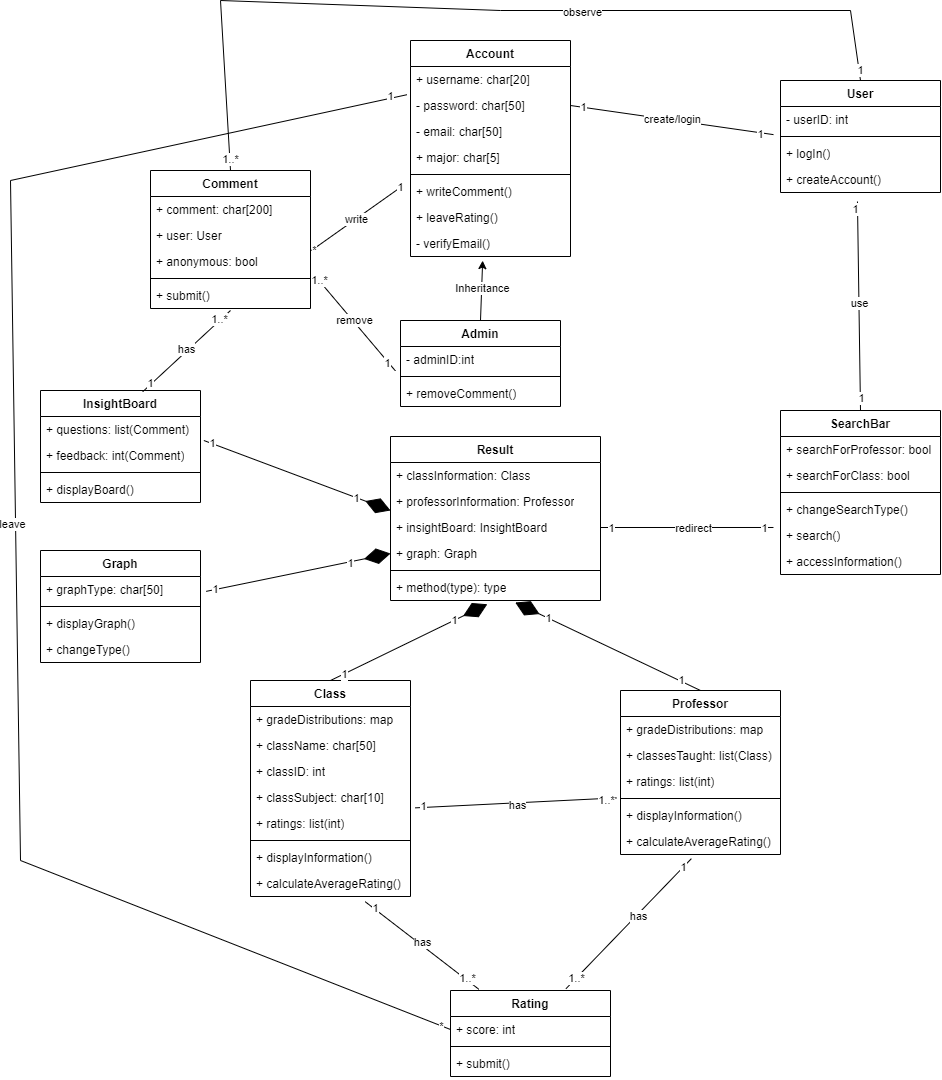
The draw.io diagram images/Class_Diagram.png in jeffreyHoelzel/LouiesRatings, before a commit. Source tidied: cells renumbered, new cells last; positions are measured from the earlier drawing's top-left corner, leaving out a move shared by most shapes.
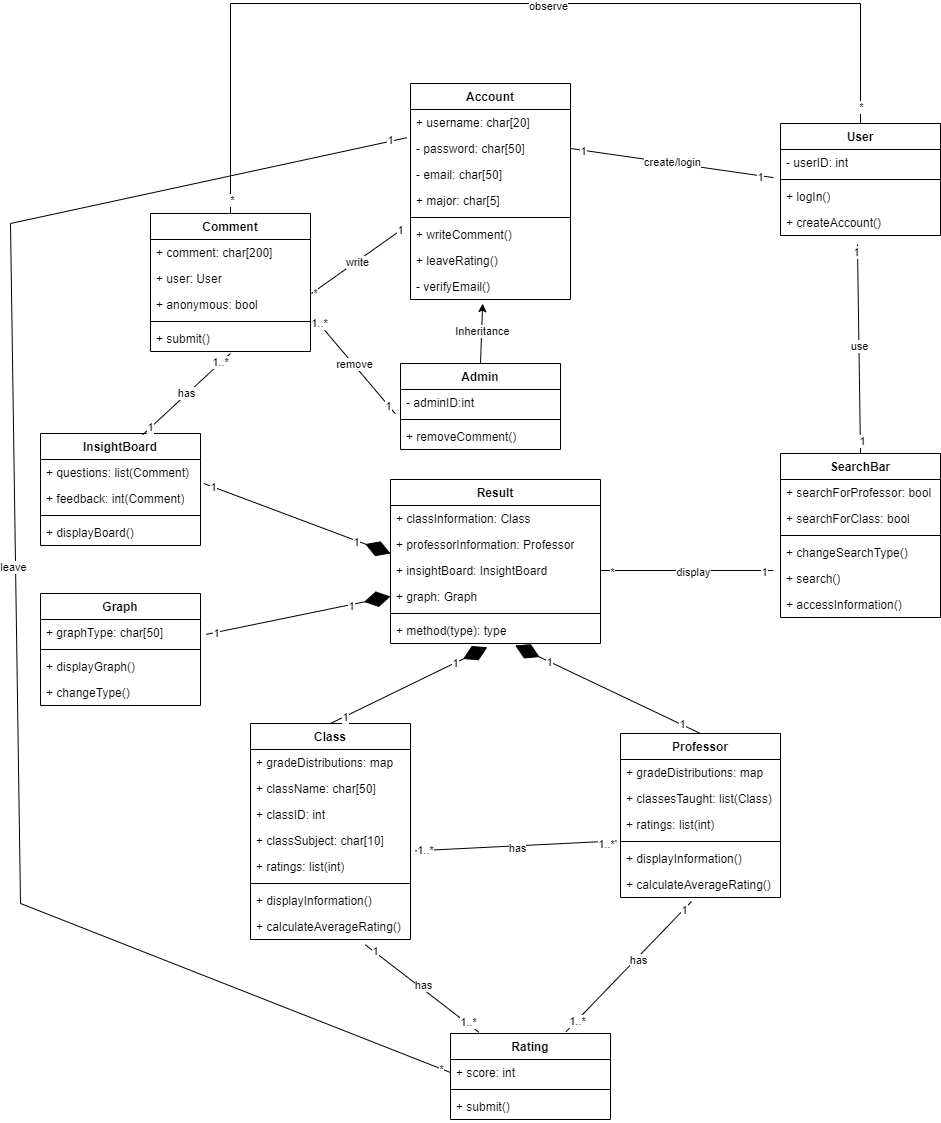
After the change.

What changed in the source:
```diff
@@ -179,13 +179,13 @@
     <mxCell id="60" style="endArrow=none;html=1;rounded=0;exitX=1;exitY=0.5;exitDx=0;exitDy=0;entryX=-0.044;entryY=0.192;entryDx=0;entryDy=0;entryPerimeter=0;" parent="1" edge="1" source="56" target="31">
       <mxGeometry relative="1" as="geometry" />
     </mxCell>
-    <mxCell id="61" value="redirect" style="edgeLabel;html=1;align=center;verticalAlign=middle;" parent="60" vertex="1">
+    <mxCell id="61" value="display" style="edgeLabel;html=1;align=center;verticalAlign=middle;" parent="60" vertex="1">
       <mxGeometry x="0.08" y="-1" relative="1" as="geometry" />
     </mxCell>
     <mxCell id="62" value="1" style="edgeLabel;html=1;align=center;verticalAlign=middle;" parent="60" vertex="1">
       <mxGeometry x="0.89" y="-1" relative="1" as="geometry" />
     </mxCell>
-    <mxCell id="63" value="1" style="edgeLabel;html=1;align=center;verticalAlign=middle;" parent="60" vertex="1">
+    <mxCell id="63" value="*" style="edgeLabel;html=1;align=center;verticalAlign=middle;" parent="60" vertex="1">
       <mxGeometry x="-0.88" y="-1" relative="1" as="geometry" />
     </mxCell>
     <mxCell id="64" style="endArrow=diamondThin;endFill=1;endSize=24;html=1;rounded=0;entryX=0.461;entryY=1.143;entryDx=0;entryDy=0;entryPerimeter=0;exitX=0.5;exitY=0;exitDx=0;exitDy=0;" parent="1" edge="1" source="37" target="59">
@@ -342,7 +342,7 @@
     <mxCell id="112" style="endArrow=none;html=1;rounded=0;exitX=1.029;exitY=-0.101;exitDx=0;exitDy=0;exitPerimeter=0;entryX=-0.024;entryY=-0.178;entryDx=0;entryDy=0;entryPerimeter=0;" parent="1" edge="1" source="42" target="51">
       <mxGeometry relative="1" as="geometry" />
     </mxCell>
-    <mxCell id="113" value="1" style="edgeLabel;html=1;align=center;verticalAlign=middle;" parent="112" vertex="1">
+    <mxCell id="113" value="1..*" style="edgeLabel;html=1;align=center;verticalAlign=middle;" parent="112" vertex="1">
       <mxGeometry x="-0.92" y="1" relative="1" as="geometry" />
     </mxCell>
     <mxCell id="114" value="1..*" style="edgeLabel;html=1;align=center;verticalAlign=middle;" parent="112" vertex="1">
@@ -375,23 +375,22 @@
     <mxCell id="123" value="has" style="edgeLabel;html=1;align=center;verticalAlign=middle;" parent="120" vertex="1">
       <mxGeometry x="0.13" y="-2" relative="1" as="geometry" />
     </mxCell>
-    <mxCell id="124" style="endArrow=none;html=1;rounded=0;entryX=0.5;entryY=0;entryDx=0;entryDy=0;exitX=0.5;exitY=0;exitDx=0;exitDy=0;" parent="1" edge="1" source="80" target="17">
+    <mxCell id="124" style="endArrow=none;html=1;rounded=0;exitX=0.5;exitY=0;exitDx=0;exitDy=0;entryX=0.5;entryY=0;entryDx=0;entryDy=0;" parent="1" edge="1" source="80" target="17">
       <mxGeometry relative="1" as="geometry">
         <Array as="points">
-          <mxPoint x="210" />
-          <mxPoint x="490" y="10" />
-          <mxPoint x="840" y="10" />
+          <mxPoint x="220" y="-40" />
+          <mxPoint x="850" y="-40" />
         </Array>
       </mxGeometry>
     </mxCell>
-    <mxCell id="125" value="1" style="edgeLabel;html=1;align=center;verticalAlign=middle;" parent="124" vertex="1">
-      <mxGeometry x="0.98" y="1" relative="1" as="geometry" />
-    </mxCell>
-    <mxCell id="126" value="1..*" style="edgeLabel;html=1;align=center;verticalAlign=middle;" parent="124" vertex="1">
-      <mxGeometry x="-0.97" relative="1" as="geometry" />
-    </mxCell>
     <mxCell id="127" value="observe" style="edgeLabel;html=1;align=center;verticalAlign=middle;" parent="124" vertex="1">
-      <mxGeometry x="0.22" y="-2" relative="1" as="geometry" />
+      <mxGeometry x="0.1" y="-2" relative="1" as="geometry" />
     </mxCell>
+    <mxCell id="128" value="*" style="edgeLabel;html=1;align=center;verticalAlign=middle;" parent="124" vertex="1">
+      <mxGeometry x="0.96" relative="1" as="geometry" />
+    </mxCell>
+    <mxCell id="129" value="*" style="edgeLabel;html=1;align=center;verticalAlign=middle;" parent="124" vertex="1">
+      <mxGeometry x="-0.97" y="-1" relative="1" as="geometry" />
+    </mxCell>
   </root>
 </mxGraphModel>
```
